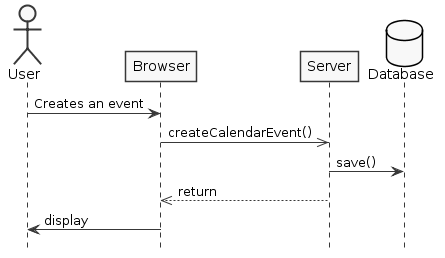
Earlier version of the PlantUML export docs/blue/1150372/sp2/analysis2.png (Fuel4us/EventManagingApp).
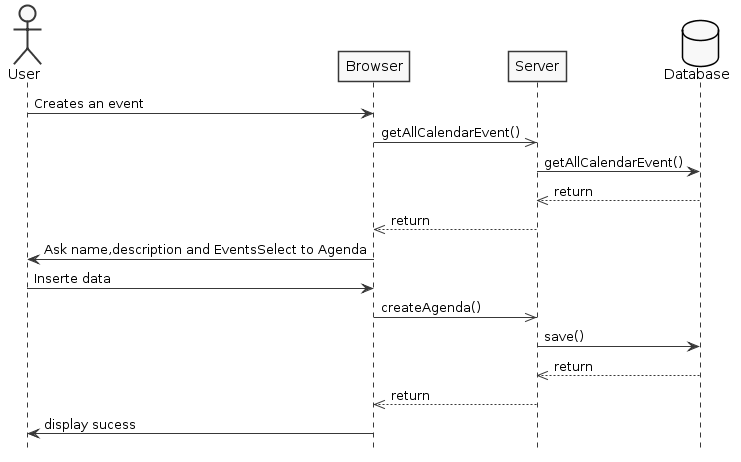
The same file after the commit.

What changed in the source:
```diff
@@ -7,9 +7,18 @@
 database Database order 100
 
 User -> Browser : Creates an event
-Browser ->> Server : createCalendarEvent()
+Browser ->> Server : getAllCalendarEvent()
+Server -> Database : getAllCalendarEvent()
+
+Database -->> Server : return
+Server -->> Browser : return
+Browser -> User : Ask name,description and EventsSelect to Agenda
+
+User -> Browser : Inserte data
+Browser ->> Server : createAgenda()
 Server -> Database : save()
 
+Database -->> Server : return
 Server -->> Browser : return
-Browser -> User : display
+Browser -> User : display sucess
 @enduml
```
